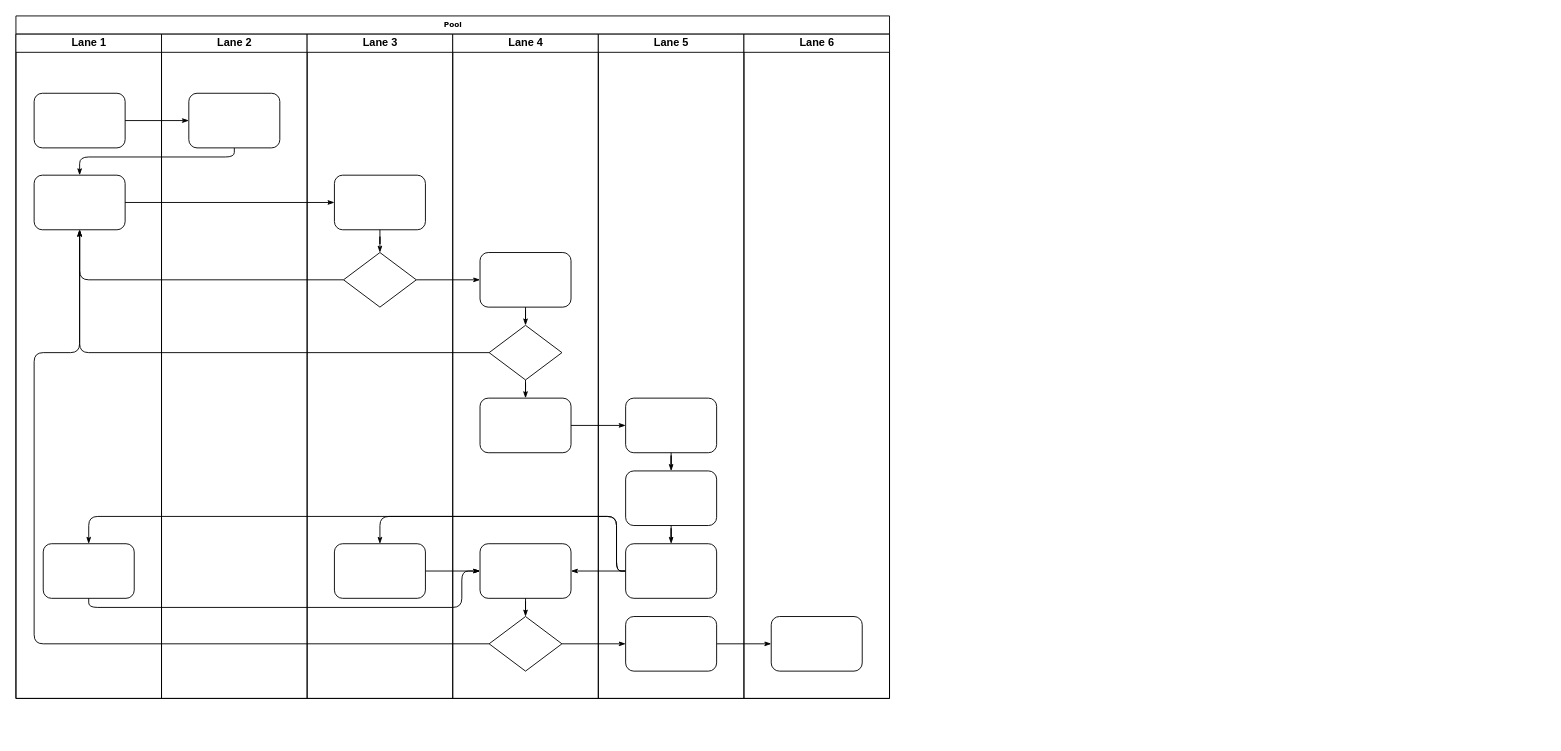
Above: Documentation/swimlane.drawio in felipeft/BragasJr (draw.io), before the change. Source tidied: cells renumbered, new cells numbered last; positions are measured from the earlier drawing's top-left corner, leaving out a move shared by most shapes. Both pictures are drawn from the tidied source at 91%, with x=0, y=0 at pixel (15, 15).
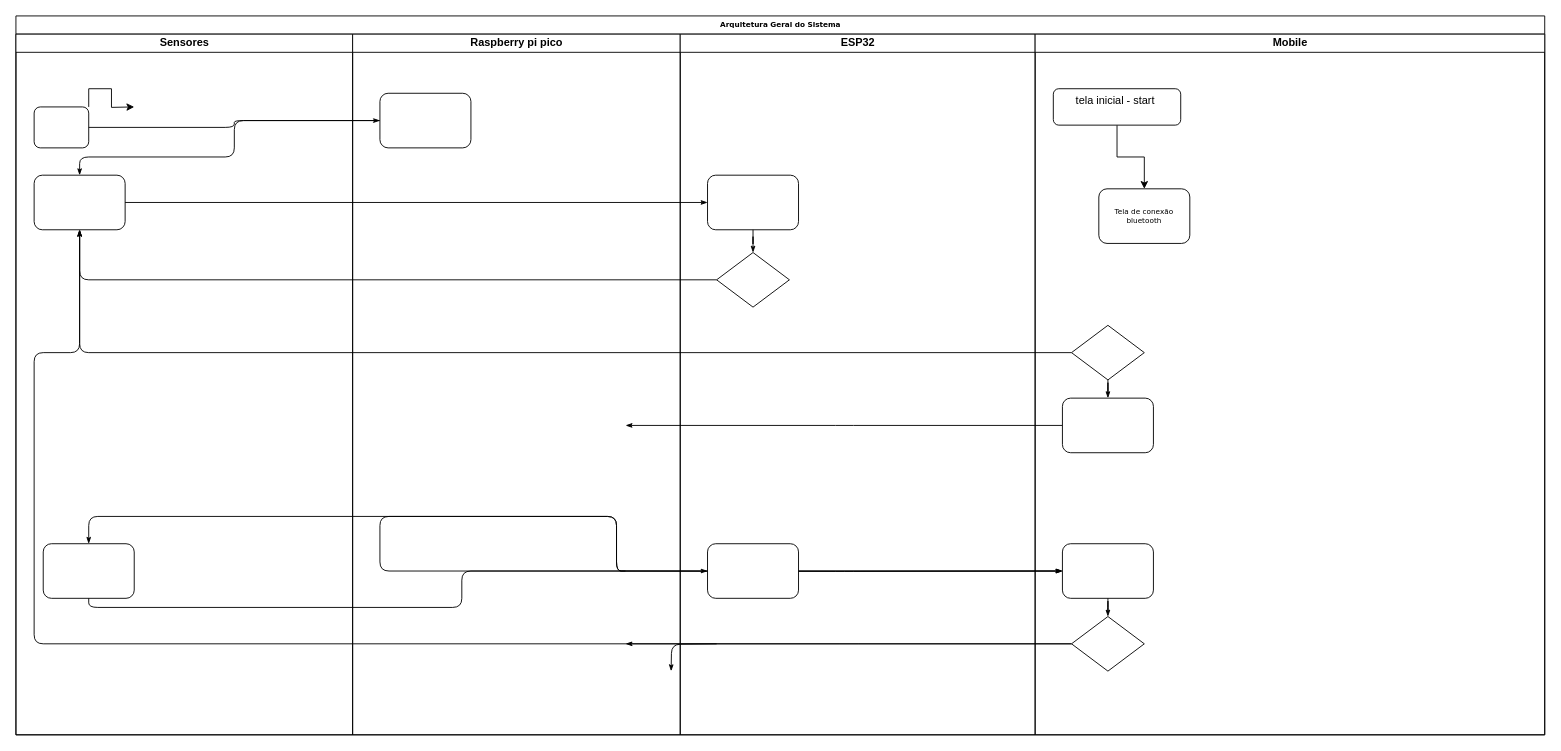
The same page after the edit.

The change refers to these unchanged cells:
```xml
<mxCell id="6" style="rounded=1;whiteSpace=wrap;html=1;shadow=0;labelBackgroundColor=none;strokeWidth=1;fontFamily=Verdana;fontSize=8;align=center;" parent="3" vertex="1">
  <mxGeometry x="30" y="560" width="100" height="60" as="geometry" />
</mxCell>
<mxCell id="26" style="rhombus;whiteSpace=wrap;html=1;rounded=0;shadow=0;labelBackgroundColor=none;strokeWidth=1;fontFamily=Verdana;fontSize=8;align=center;" parent="24" vertex="1">
  <mxGeometry x="40" y="240" width="80" height="60" as="geometry" />
</mxCell>
<mxCell id="27" style="rounded=1;whiteSpace=wrap;html=1;shadow=0;labelBackgroundColor=none;strokeWidth=1;fontFamily=Verdana;fontSize=8;align=center;" parent="24" vertex="1">
  <mxGeometry x="30" y="560" width="100" height="60" as="geometry" />
</mxCell>
<mxCell id="31" style="rhombus;whiteSpace=wrap;html=1;rounded=0;shadow=0;labelBackgroundColor=none;strokeWidth=1;fontFamily=Verdana;fontSize=8;align=center;" parent="29" vertex="1">
  <mxGeometry x="40" y="320" width="80" height="60" as="geometry" />
</mxCell>
<mxCell id="32" style="rounded=1;whiteSpace=wrap;html=1;shadow=0;labelBackgroundColor=none;strokeWidth=1;fontFamily=Verdana;fontSize=8;align=center;" parent="29" vertex="1">
  <mxGeometry x="30" y="400" width="100" height="60" as="geometry" />
</mxCell>
<mxCell id="33" style="rounded=1;whiteSpace=wrap;html=1;shadow=0;labelBackgroundColor=none;strokeWidth=1;fontFamily=Verdana;fontSize=8;align=center;" parent="29" vertex="1">
  <mxGeometry x="30" y="560" width="100" height="60" as="geometry" />
</mxCell>
<mxCell id="34" style="rhombus;whiteSpace=wrap;html=1;rounded=0;shadow=0;labelBackgroundColor=none;strokeWidth=1;fontFamily=Verdana;fontSize=8;align=center;" parent="29" vertex="1">
  <mxGeometry x="40" y="640" width="80" height="60" as="geometry" />
</mxCell>
```

What changed in the source:
```diff
@@
-    <mxCell id="2" value="Pool" style="swimlane;html=1;startSize=20;rounded=0;shadow=0;labelBackgroundColor=none;strokeWidth=1;fontFamily=Verdana;fontSize=8;align=center;" parent="1" vertex="1">
-      <mxGeometry width="960" height="750" as="geometry" />
+    <mxCell id="2" value="Arquitetura Geral do Sistema" style="swimlane;html=1;startSize=20;rounded=0;shadow=0;labelBackgroundColor=none;strokeWidth=1;fontFamily=Verdana;fontSize=8;align=center;" parent="1" vertex="1">
+      <mxGeometry width="1680" height="790" as="geometry" />
     </mxCell>
-    <mxCell id="3" value="Lane 1" style="swimlane;html=1;startSize=20;" parent="2" vertex="1">
-      <mxGeometry y="20" width="160" height="730" as="geometry" />
+    <mxCell id="3" value="Sensores" style="swimlane;html=1;startSize=20;" parent="2" vertex="1">
+      <mxGeometry y="20" width="370" height="770" as="geometry" />
     </mxCell>
+    <mxCell id="47" style="edgeStyle=orthogonalEdgeStyle;rounded=0;jettySize=auto;html=1;exitX=1;exitY=0;exitDx=0;exitDy=0;" parent="3" edge="1" source="4">
+      <mxGeometry relative="1" as="geometry">
+        <mxPoint x="130" y="80" as="targetPoint" />
+      </mxGeometry>
+    </mxCell>
     <mxCell id="4" style="rounded=1;whiteSpace=wrap;html=1;shadow=0;labelBackgroundColor=none;strokeWidth=1;fontFamily=Verdana;fontSize=8;align=center;" parent="3" vertex="1">
-      <mxGeometry x="20" y="65" width="100" height="60" as="geometry" />
+      <mxGeometry x="20" y="80" width="60" height="45" as="geometry" />
     </mxCell>
@@
-    <mxCell id="13" style="edgeStyle=orthogonalEdgeStyle;rounded=1;html=1;labelBackgroundColor=none;startArrow=none;startFill=0;startSize=5;endArrow=classicThin;endFill=1;endSize=5;jettySize=auto;strokeWidth=1;fontFamily=Verdana;fontSize=8;" parent="2" edge="1" source="26" target="30">
-      <mxGeometry relative="1" as="geometry" />
-    </mxCell>
-    <mxCell id="14" style="edgeStyle=orthogonalEdgeStyle;rounded=1;html=1;labelBackgroundColor=none;startArrow=none;startFill=0;startSize=5;endArrow=classicThin;endFill=1;endSize=5;jettySize=auto;strokeWidth=1;fontFamily=Verdana;fontSize=8;" parent="2" edge="1" source="34" target="42">
-      <mxGeometry relative="1" as="geometry" />
+    <mxCell id="14" style="edgeStyle=orthogonalEdgeStyle;rounded=1;html=1;labelBackgroundColor=none;startArrow=none;startFill=0;startSize=5;endArrow=classicThin;endFill=1;endSize=5;jettySize=auto;strokeWidth=1;fontFamily=Verdana;fontSize=8;" parent="2" edge="1" source="34">
+      <mxGeometry relative="1" as="geometry">
+        <mxPoint x="670" y="690" as="targetPoint" />
+      </mxGeometry>
     </mxCell>
-    <mxCell id="15" style="edgeStyle=orthogonalEdgeStyle;rounded=1;html=1;labelBackgroundColor=none;startArrow=none;startFill=0;startSize=5;endArrow=classicThin;endFill=1;endSize=5;jettySize=auto;strokeWidth=1;fontFamily=Verdana;fontSize=8;" parent="2" edge="1" source="42" target="46">
-      <mxGeometry relative="1" as="geometry" />
+    <mxCell id="15" style="edgeStyle=orthogonalEdgeStyle;rounded=1;html=1;labelBackgroundColor=none;startArrow=none;startFill=0;startSize=5;endArrow=classicThin;endFill=1;endSize=5;jettySize=auto;orthogonalLoop=1;strokeWidth=1;fontFamily=Verdana;fontSize=8;" parent="2" edge="1">
+      <mxGeometry relative="1" as="geometry">
+        <mxPoint x="770" y="690" as="sourcePoint" />
+        <mxPoint x="720" y="720" as="targetPoint" />
+      </mxGeometry>
     </mxCell>
-    <mxCell id="16" style="edgeStyle=orthogonalEdgeStyle;rounded=1;html=1;labelBackgroundColor=none;startArrow=none;startFill=0;startSize=5;endArrow=classicThin;endFill=1;endSize=5;jettySize=auto;strokeWidth=1;fontFamily=Verdana;fontSize=8;" parent="2" edge="1" source="32" target="39">
-      <mxGeometry relative="1" as="geometry" />
+    <mxCell id="16" style="edgeStyle=orthogonalEdgeStyle;rounded=1;html=1;labelBackgroundColor=none;startArrow=none;startFill=0;startSize=5;endArrow=classicThin;endFill=1;endSize=5;jettySize=auto;strokeWidth=1;fontFamily=Verdana;fontSize=8;" parent="2" edge="1" source="32">
+      <mxGeometry relative="1" as="geometry">
+        <mxPoint x="670" y="450" as="targetPoint" />
+      </mxGeometry>
     </mxCell>
-    <mxCell id="17" style="edgeStyle=orthogonalEdgeStyle;rounded=1;html=1;labelBackgroundColor=none;startArrow=none;startFill=0;startSize=5;endArrow=classicThin;endFill=1;endSize=5;jettySize=auto;strokeWidth=1;fontFamily=Verdana;fontSize=8;" parent="2" edge="1" source="41" target="27">
+    <mxCell id="17" style="edgeStyle=orthogonalEdgeStyle;rounded=1;html=1;labelBackgroundColor=none;startArrow=none;startFill=0;startSize=5;endArrow=classicThin;endFill=1;endSize=5;jettySize=auto;strokeWidth=1;fontFamily=Verdana;fontSize=8;" parent="2" edge="1" target="27">
       <mxGeometry relative="1" as="geometry">
+        <mxPoint x="670" y="610" as="sourcePoint" />
         <Array as="points">
           <mxPoint x="660" y="610" />
           <mxPoint x="660" y="550" />
           <mxPoint x="400" y="550" />
         </Array>
       </mxGeometry>
     </mxCell>
-    <mxCell id="18" style="edgeStyle=orthogonalEdgeStyle;rounded=1;html=1;labelBackgroundColor=none;startArrow=none;startFill=0;startSize=5;endArrow=classicThin;endFill=1;endSize=5;jettySize=auto;strokeColor=#000000;strokeWidth=1;fontFamily=Verdana;fontSize=8;fontColor=#000000;" parent="2" edge="1" source="41" target="33">
-      <mxGeometry relative="1" as="geometry" />
+    <mxCell id="18" style="edgeStyle=orthogonalEdgeStyle;rounded=1;html=1;labelBackgroundColor=none;startArrow=none;startFill=0;startSize=5;endArrow=classicThin;endFill=1;endSize=5;jettySize=auto;strokeColor=#000000;strokeWidth=1;fontFamily=Verdana;fontSize=8;fontColor=#000000;" parent="2" edge="1" target="33">
+      <mxGeometry relative="1" as="geometry">
+        <mxPoint x="670" y="610" as="sourcePoint" />
+      </mxGeometry>
     </mxCell>
-    <mxCell id="19" style="edgeStyle=orthogonalEdgeStyle;rounded=1;html=1;labelBackgroundColor=none;startArrow=none;startFill=0;startSize=5;endArrow=classicThin;endFill=1;endSize=5;jettySize=auto;strokeWidth=1;fontFamily=Verdana;fontSize=8;" parent="2" edge="1" source="41" target="6">
+    <mxCell id="19" style="edgeStyle=orthogonalEdgeStyle;rounded=1;html=1;labelBackgroundColor=none;startArrow=none;startFill=0;startSize=5;endArrow=classicThin;endFill=1;endSize=5;jettySize=auto;strokeWidth=1;fontFamily=Verdana;fontSize=8;" parent="2" edge="1" target="6">
       <mxGeometry relative="1" as="geometry">
+        <mxPoint x="670" y="610" as="sourcePoint" />
         <Array as="points">
           <mxPoint x="660" y="610" />
           <mxPoint x="660" y="550" />
           <mxPoint x="80" y="550" />
         </Array>
       </mxGeometry>
     </mxCell>
@@
-    <mxCell id="22" value="Lane 2" style="swimlane;html=1;startSize=20;" parent="2" vertex="1">
-      <mxGeometry x="160" y="20" width="160" height="730" as="geometry" />
+    <mxCell id="22" value="Raspberry pi pico" style="swimlane;html=1;startSize=20;" parent="2" vertex="1">
+      <mxGeometry x="370" y="20" width="360" height="770" as="geometry" />
     </mxCell>
@@
-    <mxCell id="24" value="Lane 3" style="swimlane;html=1;startSize=20;" parent="2" vertex="1">
-      <mxGeometry x="320" y="20" width="160" height="730" as="geometry" />
+    <mxCell id="24" value="ESP32" style="swimlane;html=1;startSize=20;" parent="2" vertex="1">
+      <mxGeometry x="730" y="20" width="390" height="770" as="geometry" />
     </mxCell>
@@
-    <mxCell id="29" value="Lane 4" style="swimlane;html=1;startSize=20;" parent="2" vertex="1">
-      <mxGeometry x="480" y="20" width="160" height="730" as="geometry" />
+    <mxCell id="29" value="Mobile" style="swimlane;html=1;startSize=20;" parent="2" vertex="1">
+      <mxGeometry x="1120" y="20" width="560" height="770" as="geometry" />
     </mxCell>
-    <mxCell id="30" style="rounded=1;whiteSpace=wrap;html=1;shadow=0;labelBackgroundColor=none;strokeWidth=1;fontFamily=Verdana;fontSize=8;align=center;" parent="29" vertex="1">
-      <mxGeometry x="30" y="240" width="100" height="60" as="geometry" />
+    <mxCell id="30" value="Tela de conexão bluetooth" style="rounded=1;whiteSpace=wrap;html=1;shadow=0;labelBackgroundColor=none;strokeWidth=1;fontFamily=Verdana;fontSize=8;align=center;" parent="29" vertex="1">
+      <mxGeometry x="70" y="170" width="100" height="60" as="geometry" />
     </mxCell>
@@
-    <mxCell id="35" style="edgeStyle=orthogonalEdgeStyle;rounded=1;html=1;labelBackgroundColor=none;startArrow=none;startFill=0;startSize=5;endArrow=classicThin;endFill=1;endSize=5;jettySize=auto;strokeColor=#000000;strokeWidth=1;fontFamily=Verdana;fontSize=8;fontColor=#000000;" parent="29" edge="1" source="30" target="31">
-      <mxGeometry relative="1" as="geometry" />
-    </mxCell>
@@
-    <mxCell id="38" value="Lane 5" style="swimlane;html=1;startSize=20;" parent="2" vertex="1">
-      <mxGeometry x="640" y="20" width="160" height="730" as="geometry" />
-    </mxCell>
-    <mxCell id="39" style="rounded=1;whiteSpace=wrap;html=1;shadow=0;labelBackgroundColor=none;strokeWidth=1;fontFamily=Verdana;fontSize=8;align=center;" parent="38" vertex="1">
-      <mxGeometry x="30" y="400" width="100" height="60" as="geometry" />
-    </mxCell>
-    <mxCell id="40" style="rounded=1;whiteSpace=wrap;html=1;shadow=0;labelBackgroundColor=none;strokeWidth=1;fontFamily=Verdana;fontSize=8;align=center;" parent="38" vertex="1">
-      <mxGeometry x="30" y="480" width="100" height="60" as="geometry" />
-    </mxCell>
-    <mxCell id="41" style="rounded=1;whiteSpace=wrap;html=1;shadow=0;labelBackgroundColor=none;strokeWidth=1;fontFamily=Verdana;fontSize=8;align=center;" parent="38" vertex="1">
-      <mxGeometry x="30" y="560" width="100" height="60" as="geometry" />
-    </mxCell>
-    <mxCell id="42" style="rounded=1;whiteSpace=wrap;html=1;shadow=0;labelBackgroundColor=none;strokeWidth=1;fontFamily=Verdana;fontSize=8;align=center;" parent="38" vertex="1">
-      <mxGeometry x="30" y="640" width="100" height="60" as="geometry" />
-    </mxCell>
-    <mxCell id="43" style="edgeStyle=orthogonalEdgeStyle;rounded=1;html=1;labelBackgroundColor=none;startArrow=none;startFill=0;startSize=5;endArrow=classicThin;endFill=1;endSize=5;jettySize=auto;strokeWidth=1;fontFamily=Verdana;fontSize=8;" parent="38" edge="1" source="39" target="40">
-      <mxGeometry relative="1" as="geometry" />
-    </mxCell>
-    <mxCell id="44" style="edgeStyle=orthogonalEdgeStyle;rounded=1;html=1;labelBackgroundColor=none;startArrow=none;startFill=0;startSize=5;endArrow=classicThin;endFill=1;endSize=5;jettySize=auto;strokeWidth=1;fontFamily=Verdana;fontSize=8;" parent="38" edge="1" source="40" target="41">
-      <mxGeometry relative="1" as="geometry" />
-    </mxCell>
-    <mxCell id="45" value="Lane 6" style="swimlane;html=1;startSize=20;" parent="2" vertex="1">
-      <mxGeometry x="800" y="20" width="160" height="730" as="geometry" />
-    </mxCell>
-    <mxCell id="46" style="rounded=1;whiteSpace=wrap;html=1;shadow=0;labelBackgroundColor=none;strokeWidth=1;fontFamily=Verdana;fontSize=8;align=center;" parent="45" vertex="1">
-      <mxGeometry x="30" y="640" width="100" height="60" as="geometry" />
-    </mxCell>
+    <mxCell id="48" style="edgeStyle=orthogonalEdgeStyle;rounded=0;jettySize=auto;html=1;" parent="29" edge="1" source="49" target="30">
+      <mxGeometry relative="1" as="geometry" />
+    </mxCell>
+    <mxCell id="49" value="tela inicial - start&amp;nbsp;&lt;div&gt;&lt;br&gt;&lt;/div&gt;" style="rounded=1;whiteSpace=wrap;html=1;" parent="29" vertex="1">
+      <mxGeometry x="20" y="60" width="140" height="40" as="geometry" />
+    </mxCell>
```
